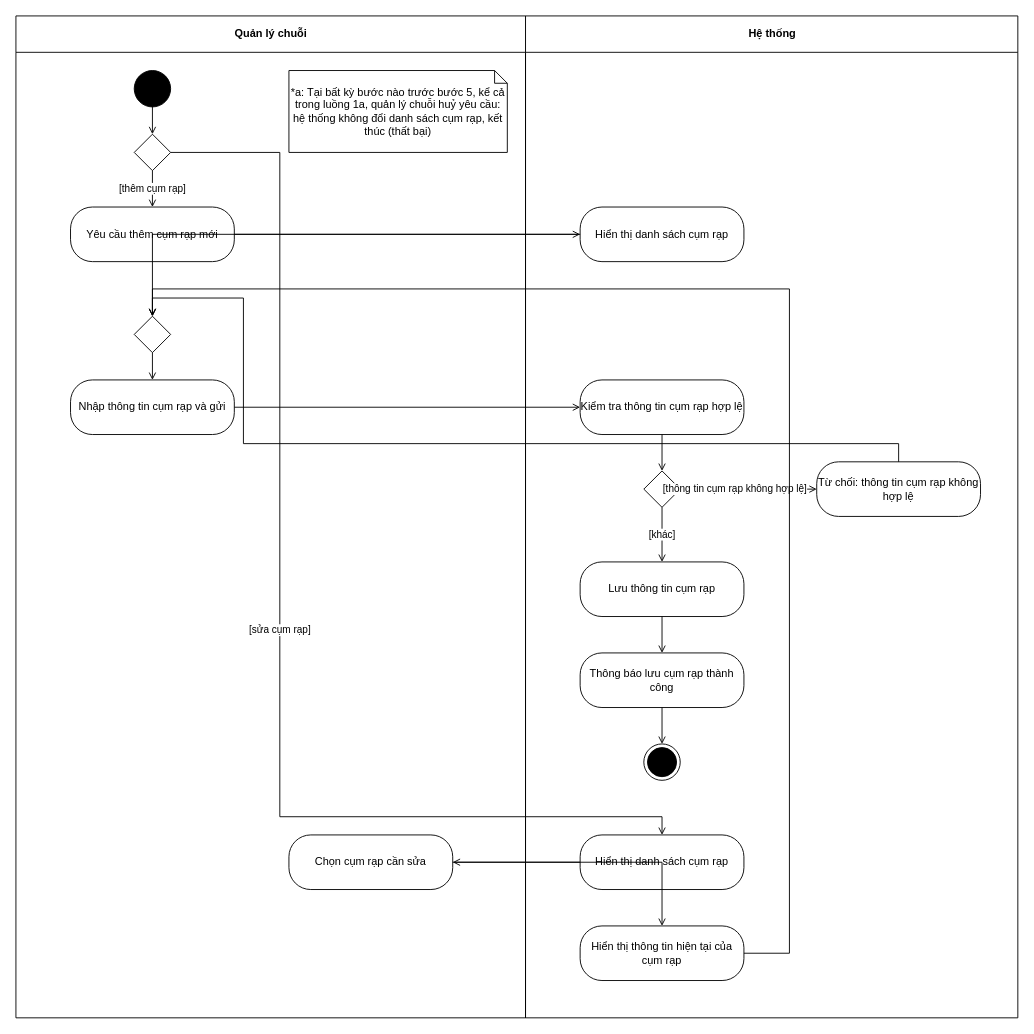
Before: design/diagrams/P04-activity-UC-011.drawio in luytbq/app-dat-ve-xem-phim, a draw.io diagram. Source tidied: cells renumbered, new cells numbered last; positions are measured from the earlier drawing's top-left corner, leaving out a move shared by most shapes. Both pictures are drawn from the tidied source at 91%, with x=0, y=0 at pixel (15, 15).
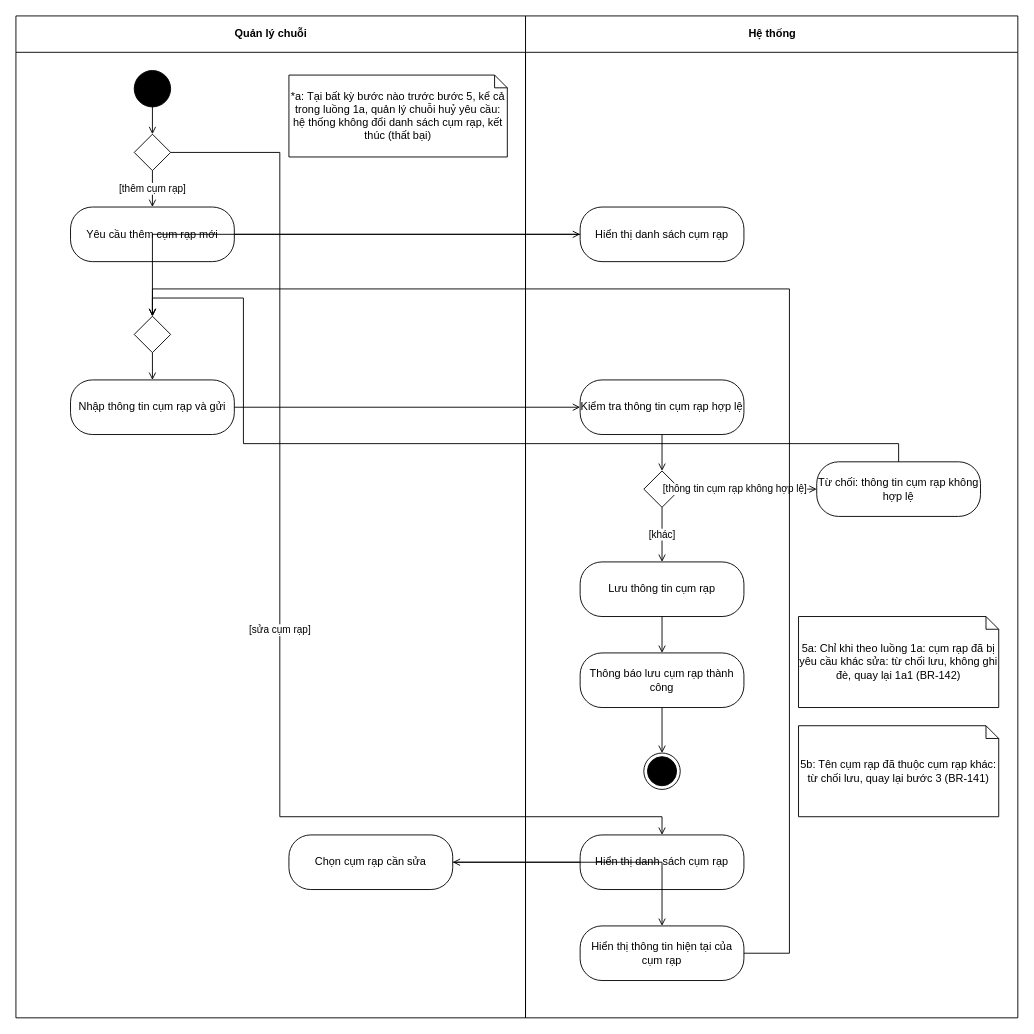
The same diagram, later.

The change refers to these unchanged cells:
```xml
<mxCell id="2" value="Quản lý chuỗi" style="swimlane;html=1;startSize=40;" parent="1" vertex="1">
  <mxGeometry width="560" height="1101" as="geometry" />
</mxCell>
<mxCell id="3" value="Hệ thống" style="swimlane;html=1;startSize=40;" parent="1" vertex="1">
  <mxGeometry x="560" width="541" height="1101" as="geometry" />
</mxCell>
```

What changed in the source:
```diff
@@
     <mxCell id="15" style="ellipse;shape=endState;html=1;fillColor=#000000;" parent="3" vertex="1">
-      <mxGeometry x="130" y="800" width="40" height="40" as="geometry" />
+      <mxGeometry x="130" y="810" width="40" height="40" as="geometry" />
     </mxCell>
@@
     <mxCell id="19" value="*a: Tại bất kỳ bước nào trước bước 5, kể cả trong luồng 1a, quản lý chuỗi huỷ yêu cầu: hệ thống không đổi danh sách cụm rạp, kết thúc (thất bại)" style="shape=note;whiteSpace=wrap;html=1;size=14;" parent="2" vertex="1">
-      <mxGeometry x="300" y="60" width="240" height="90" as="geometry" />
+      <mxGeometry x="300" y="65" width="240" height="90" as="geometry" />
     </mxCell>
@@
+    <mxCell id="36" value="5a: Chỉ khi theo luồng 1a: cụm rạp đã bị yêu cầu khác sửa: từ chối lưu, không ghi đè, quay lại 1a1 (BR-142)" style="shape=note;whiteSpace=wrap;html=1;size=14;" parent="3" vertex="1">
+      <mxGeometry x="300" y="660" width="220" height="100" as="geometry" />
+    </mxCell>
+    <mxCell id="37" value="5b: Tên cụm rạp đã thuộc cụm rạp khác: từ chối lưu, quay lại bước 3 (BR-141)" style="shape=note;whiteSpace=wrap;html=1;size=14;" parent="3" vertex="1">
+      <mxGeometry x="300" y="780" width="220" height="100" as="geometry" />
+    </mxCell>
```
